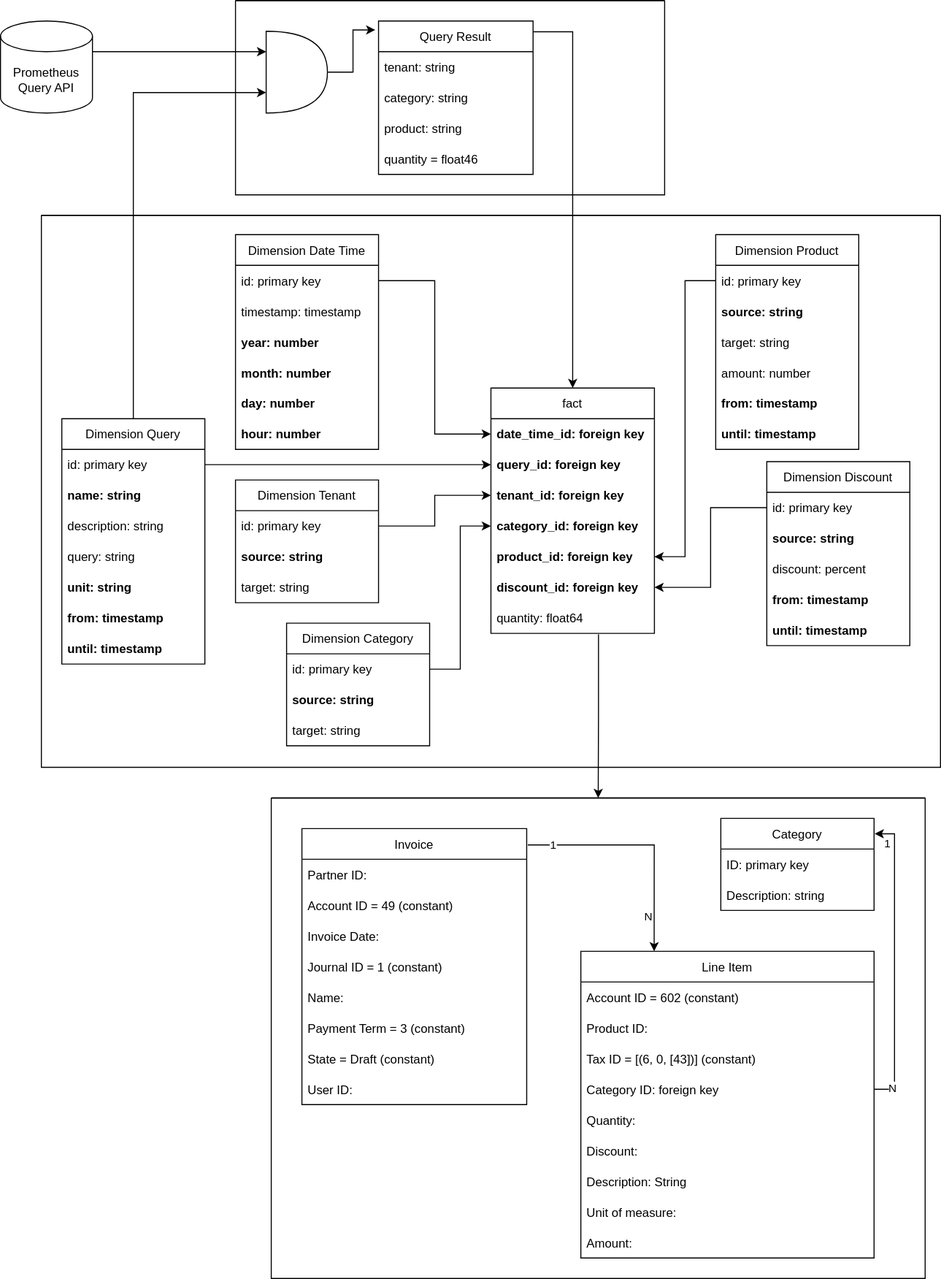
Earlier version of the draw.io export docs/modules/ROOT/assets/images/system/data-model-billing.drawio.svg (appuio/appuio-io-docs). Source tidied: cells renumbered, new cells last; positions are measured from the earlier drawing's top-left corner, leaving out a move shared by most shapes.
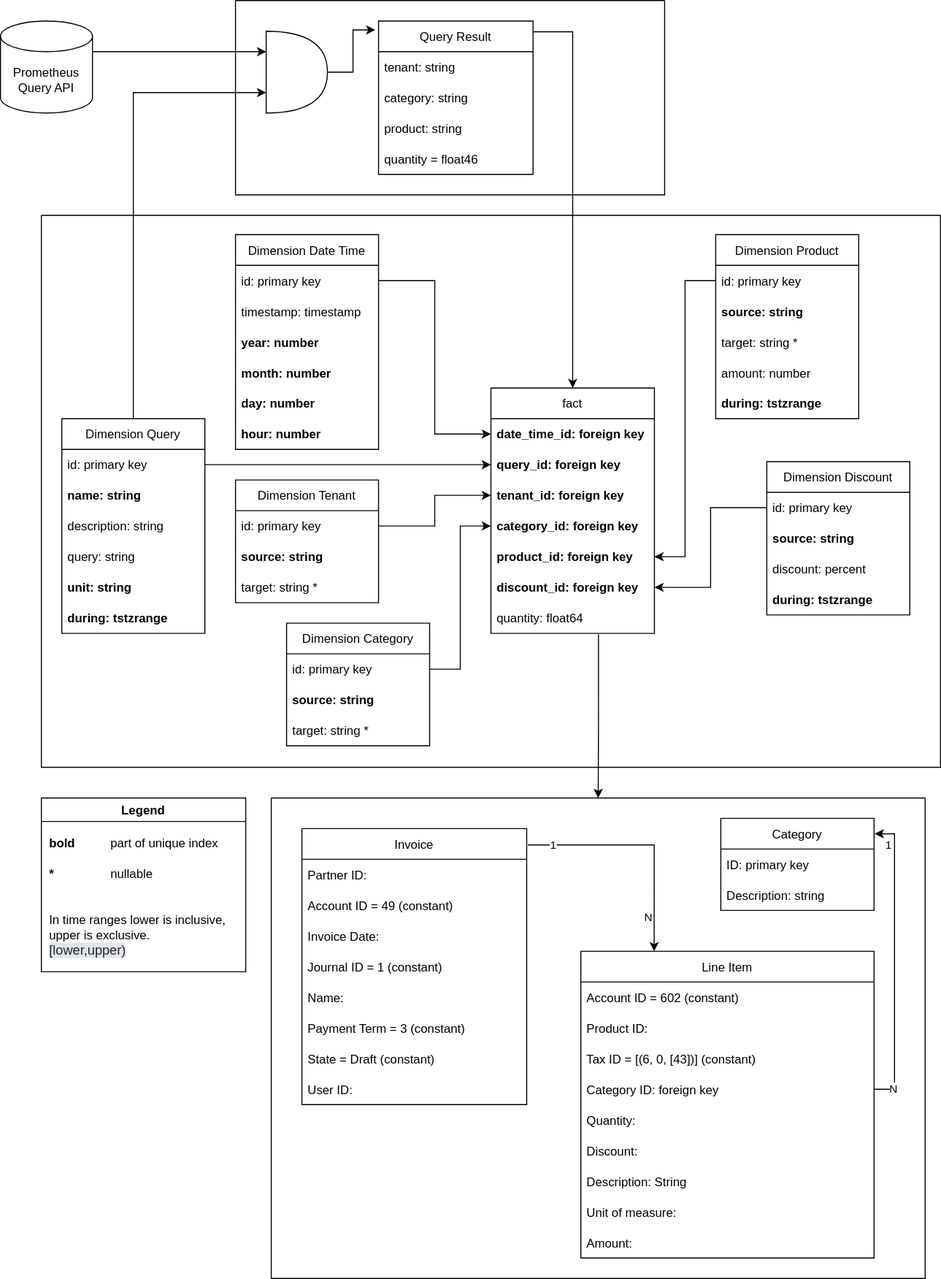
After the change.

Commit message:
Schema Clarifications (#93)

What changed in the source:
```diff
@@ -165,7 +165,7 @@
     <mxCell id="54" value="source: string" style="text;strokeColor=none;fillColor=none;align=left;verticalAlign=middle;spacingLeft=4;spacingRight=4;overflow=hidden;fontStyle=1;" parent="52" vertex="1">
       <mxGeometry y="60" width="140" height="30" as="geometry" />
     </mxCell>
-    <mxCell id="55" value="target: string" style="text;strokeColor=none;fillColor=none;align=left;verticalAlign=middle;spacingLeft=4;spacingRight=4;overflow=hidden;" parent="52" vertex="1">
+    <mxCell id="55" value="target: string *" style="text;strokeColor=none;fillColor=none;align=left;verticalAlign=middle;spacingLeft=4;spacingRight=4;overflow=hidden;" parent="52" vertex="1">
       <mxGeometry y="90" width="140" height="30" as="geometry" />
     </mxCell>
     <mxCell id="56" style="edgeStyle=orthogonalEdgeStyle;rounded=0;jettySize=auto;html=1;exitX=1;exitY=0.5;exitDx=0;exitDy=0;entryX=0;entryY=0.5;entryDx=0;entryDy=0;" parent="43" edge="1" source="53" target="47">
@@ -180,11 +180,11 @@
     <mxCell id="59" value="source: string" style="text;strokeColor=none;fillColor=none;align=left;verticalAlign=middle;spacingLeft=4;spacingRight=4;overflow=hidden;fontStyle=1;" parent="57" vertex="1">
       <mxGeometry y="60" width="140" height="30" as="geometry" />
     </mxCell>
-    <mxCell id="60" value="target: string" style="text;strokeColor=none;fillColor=none;align=left;verticalAlign=middle;spacingLeft=4;spacingRight=4;overflow=hidden;" parent="57" vertex="1">
+    <mxCell id="60" value="target: string *" style="text;strokeColor=none;fillColor=none;align=left;verticalAlign=middle;spacingLeft=4;spacingRight=4;overflow=hidden;" parent="57" vertex="1">
       <mxGeometry y="90" width="140" height="30" as="geometry" />
     </mxCell>
     <mxCell id="61" value="Dimension Product" style="swimlane;fontStyle=0;horizontal=1;startSize=30;" parent="43" vertex="1">
-      <mxGeometry x="660" y="19" width="140" height="210" as="geometry" />
+      <mxGeometry x="660" y="19" width="140" height="180" as="geometry" />
     </mxCell>
     <mxCell id="62" value="id: primary key" style="text;strokeColor=none;fillColor=none;align=left;verticalAlign=middle;spacingLeft=4;spacingRight=4;overflow=hidden;points=[[0,0.5],[1,0.5]];portConstraint=eastwest;" parent="61" vertex="1">
       <mxGeometry y="30" width="140" height="30" as="geometry" />
@@ -192,23 +192,20 @@
     <mxCell id="63" value="source: string" style="text;strokeColor=none;fillColor=none;align=left;verticalAlign=middle;spacingLeft=4;spacingRight=4;overflow=hidden;fontStyle=1;" parent="61" vertex="1">
       <mxGeometry y="60" width="140" height="30" as="geometry" />
     </mxCell>
-    <mxCell id="64" value="target: string" style="text;strokeColor=none;fillColor=none;align=left;verticalAlign=middle;spacingLeft=4;spacingRight=4;overflow=hidden;" parent="61" vertex="1">
+    <mxCell id="64" value="target: string *" style="text;strokeColor=none;fillColor=none;align=left;verticalAlign=middle;spacingLeft=4;spacingRight=4;overflow=hidden;" parent="61" vertex="1">
       <mxGeometry y="90" width="140" height="30" as="geometry" />
     </mxCell>
     <mxCell id="65" value="amount: number" style="text;strokeColor=none;fillColor=none;align=left;verticalAlign=middle;spacingLeft=4;spacingRight=4;overflow=hidden;" parent="61" vertex="1">
       <mxGeometry y="120" width="140" height="30" as="geometry" />
     </mxCell>
-    <mxCell id="66" value="from: timestamp" style="text;strokeColor=none;fillColor=none;align=left;verticalAlign=middle;spacingLeft=4;spacingRight=4;overflow=hidden;fontStyle=1;" parent="61" vertex="1">
+    <mxCell id="66" value="during: tstzrange" style="text;strokeColor=none;fillColor=none;align=left;verticalAlign=middle;spacingLeft=4;spacingRight=4;overflow=hidden;fontStyle=1;" parent="61" vertex="1">
       <mxGeometry y="150" width="140" height="30" as="geometry" />
     </mxCell>
-    <mxCell id="67" value="until: timestamp" style="text;strokeColor=none;fillColor=none;align=left;verticalAlign=middle;spacingLeft=4;spacingRight=4;overflow=hidden;fontStyle=1;" parent="61" vertex="1">
-      <mxGeometry y="180" width="140" height="30" as="geometry" />
-    </mxCell>
     <mxCell id="68" style="edgeStyle=orthogonalEdgeStyle;rounded=0;jettySize=auto;html=1;exitX=0;exitY=0.5;exitDx=0;exitDy=0;entryX=1;entryY=0.5;entryDx=0;entryDy=0;" parent="43" edge="1" source="62" target="49">
       <mxGeometry relative="1" as="geometry" />
     </mxCell>
     <mxCell id="69" value="Dimension Discount" style="swimlane;fontStyle=0;horizontal=1;startSize=30;" parent="43" vertex="1">
-      <mxGeometry x="710" y="241" width="140" height="180" as="geometry" />
+      <mxGeometry x="710" y="241" width="140" height="150" as="geometry" />
     </mxCell>
     <mxCell id="70" value="id: primary key" style="text;strokeColor=none;fillColor=none;align=left;verticalAlign=middle;spacingLeft=4;spacingRight=4;overflow=hidden;points=[[0,0.5],[1,0.5]];portConstraint=eastwest;" parent="69" vertex="1">
       <mxGeometry y="30" width="140" height="30" as="geometry" />
@@ -219,12 +216,9 @@
     <mxCell id="72" value="discount: percent" style="text;strokeColor=none;fillColor=none;align=left;verticalAlign=middle;spacingLeft=4;spacingRight=4;overflow=hidden;" parent="69" vertex="1">
       <mxGeometry y="90" width="140" height="30" as="geometry" />
     </mxCell>
-    <mxCell id="73" value="from: timestamp" style="text;strokeColor=none;fillColor=none;align=left;verticalAlign=middle;spacingLeft=4;spacingRight=4;overflow=hidden;fontStyle=1;" parent="69" vertex="1">
+    <mxCell id="73" value="during: tstzrange" style="text;strokeColor=none;fillColor=none;align=left;verticalAlign=middle;spacingLeft=4;spacingRight=4;overflow=hidden;fontStyle=1;" parent="69" vertex="1">
       <mxGeometry y="120" width="140" height="30" as="geometry" />
     </mxCell>
-    <mxCell id="74" value="until: timestamp" style="text;strokeColor=none;fillColor=none;align=left;verticalAlign=middle;spacingLeft=4;spacingRight=4;overflow=hidden;fontStyle=1;" parent="69" vertex="1">
-      <mxGeometry y="150" width="140" height="30" as="geometry" />
-    </mxCell>
     <mxCell id="75" style="edgeStyle=orthogonalEdgeStyle;rounded=0;jettySize=auto;html=1;exitX=0;exitY=0.5;exitDx=0;exitDy=0;entryX=1;entryY=0.5;entryDx=0;entryDy=0;" parent="43" edge="1" source="70" target="50">
       <mxGeometry relative="1" as="geometry" />
     </mxCell>
@@ -256,7 +250,7 @@
       <mxGeometry relative="1" as="geometry" />
     </mxCell>
     <mxCell id="85" value="Dimension Query" style="swimlane;fontStyle=0;horizontal=1;startSize=30;" parent="43" vertex="1">
-      <mxGeometry x="20" y="199" width="140" height="240" as="geometry" />
+      <mxGeometry x="20" y="199" width="140" height="210" as="geometry" />
     </mxCell>
     <mxCell id="86" value="id: primary key" style="text;strokeColor=none;fillColor=none;align=left;verticalAlign=middle;spacingLeft=4;spacingRight=4;overflow=hidden;points=[[0,0.5],[1,0.5]];portConstraint=eastwest;" parent="85" vertex="1">
       <mxGeometry y="30" width="140" height="30" as="geometry" />
@@ -273,17 +267,32 @@
     <mxCell id="90" value="unit: string" style="text;strokeColor=none;fillColor=none;align=left;verticalAlign=middle;spacingLeft=4;spacingRight=4;overflow=hidden;fontStyle=1;" parent="85" vertex="1">
       <mxGeometry y="150" width="140" height="30" as="geometry" />
     </mxCell>
-    <mxCell id="91" value="from: timestamp" style="text;strokeColor=none;fillColor=none;align=left;verticalAlign=middle;spacingLeft=4;spacingRight=4;overflow=hidden;fontStyle=1;" parent="85" vertex="1">
+    <mxCell id="91" value="during: tstzrange" style="text;strokeColor=none;fillColor=none;align=left;verticalAlign=middle;spacingLeft=4;spacingRight=4;overflow=hidden;fontStyle=1;horizontal=1;fontColor=#000000;" parent="85" vertex="1">
       <mxGeometry y="180" width="140" height="30" as="geometry" />
     </mxCell>
-    <mxCell id="92" value="until: timestamp" style="text;strokeColor=none;fillColor=none;align=left;verticalAlign=middle;spacingLeft=4;spacingRight=4;overflow=hidden;fontStyle=1;" parent="85" vertex="1">
-      <mxGeometry y="210" width="140" height="30" as="geometry" />
-    </mxCell>
     <mxCell id="93" style="edgeStyle=orthogonalEdgeStyle;rounded=0;jettySize=auto;html=1;exitX=1;exitY=0.5;exitDx=0;exitDy=0;entryX=0;entryY=0.5;entryDx=0;entryDy=0;" parent="43" edge="1" source="86" target="46">
       <mxGeometry relative="1" as="geometry" />
     </mxCell>
     <mxCell id="94" style="edgeStyle=orthogonalEdgeStyle;rounded=0;jettySize=auto;html=1;exitX=1.003;exitY=0.07;exitDx=0;exitDy=0;entryX=0.5;entryY=0;entryDx=0;entryDy=0;exitPerimeter=0;" parent="1" edge="1" source="37" target="44">
       <mxGeometry relative="1" as="geometry" />
     </mxCell>
+    <mxCell id="95" value="Legend" style="swimlane;fontColor=#000000;" parent="1" vertex="1">
+      <mxGeometry x="40" y="780" width="200" height="170" as="geometry" />
+    </mxCell>
+    <mxCell id="96" value="bold" style="text;html=1;strokeColor=none;fillColor=none;align=left;verticalAlign=middle;whiteSpace=wrap;rounded=0;fontColor=#000000;fontStyle=1;spacingLeft=6;spacingBottom=6;spacingTop=6;" parent="95" vertex="1">
+      <mxGeometry y="30" width="60" height="30" as="geometry" />
+    </mxCell>
+    <mxCell id="97" value="part of unique index" style="text;html=1;strokeColor=none;fillColor=none;align=left;verticalAlign=middle;whiteSpace=wrap;rounded=0;fontColor=#000000;fontStyle=0;spacingLeft=6;spacingBottom=6;spacingTop=6;" parent="95" vertex="1">
+      <mxGeometry x="60" y="30" width="140" height="30" as="geometry" />
+    </mxCell>
+    <mxCell id="98" value="*" style="text;html=1;strokeColor=none;fillColor=none;align=left;verticalAlign=middle;whiteSpace=wrap;rounded=0;fontColor=#000000;fontStyle=1;spacingLeft=6;spacingBottom=6;spacingTop=6;" parent="95" vertex="1">
+      <mxGeometry y="60" width="60" height="30" as="geometry" />
+    </mxCell>
+    <mxCell id="99" value="nullable" style="text;html=1;strokeColor=none;fillColor=none;align=left;verticalAlign=middle;whiteSpace=wrap;rounded=0;fontColor=#000000;fontStyle=0;spacingLeft=6;spacingBottom=6;spacingTop=6;" parent="95" vertex="1">
+      <mxGeometry x="60" y="60" width="140" height="30" as="geometry" />
+    </mxCell>
+    <mxCell id="100" value="In time ranges lower is inclusive, upper is exclusive.&lt;span style=&quot;background-color: rgb(248 , 249 , 250)&quot;&gt;&lt;br&gt;&lt;/span&gt;&lt;font color=&quot;#232629&quot;&gt;&lt;span style=&quot;font-size: 13px ; background-color: rgb(227 , 230 , 232)&quot;&gt;[lower,upper)&lt;/span&gt;&lt;/font&gt;" style="text;html=1;strokeColor=none;fillColor=none;align=left;verticalAlign=middle;whiteSpace=wrap;rounded=0;fontColor=#000000;fontStyle=0;spacingLeft=6;spacingBottom=6;spacingTop=6;" parent="95" vertex="1">
+      <mxGeometry y="100" width="200" height="70" as="geometry" />
+    </mxCell>
   </root>
 </mxGraphModel>
```
